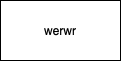
Miyembe/baby-experiments keeps this draw.io diagram as Untitled Diagram.drawio.png. Above is the earlier version. Source tidied: cells renumbered, new cells last; positions are measured from the earlier drawing's top-left corner, leaving out a move shared by most shapes. Its diagram source:
```xml
<mxGraphModel>
  <root>
    <mxCell id="0" />
    <mxCell id="1" parent="0" />
    <mxCell id="2" value="werwr" style="rounded=0;whiteSpace=wrap;html=1;" parent="1" vertex="1">
      <mxGeometry width="120" height="60" as="geometry" />
    </mxCell>
  </root>
</mxGraphModel>
```
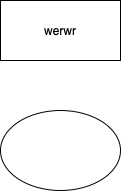
The same file after the commit.

What changed in the source:
```diff
@@ -5,5 +5,8 @@
     <mxCell id="2" value="werwr" style="rounded=0;whiteSpace=wrap;html=1;" parent="1" vertex="1">
       <mxGeometry width="120" height="60" as="geometry" />
     </mxCell>
+    <mxCell id="3" style="ellipse;whiteSpace=wrap;html=1;" parent="1" vertex="1">
+      <mxGeometry y="110" width="120" height="80" as="geometry" />
+    </mxCell>
   </root>
 </mxGraphModel>
```
